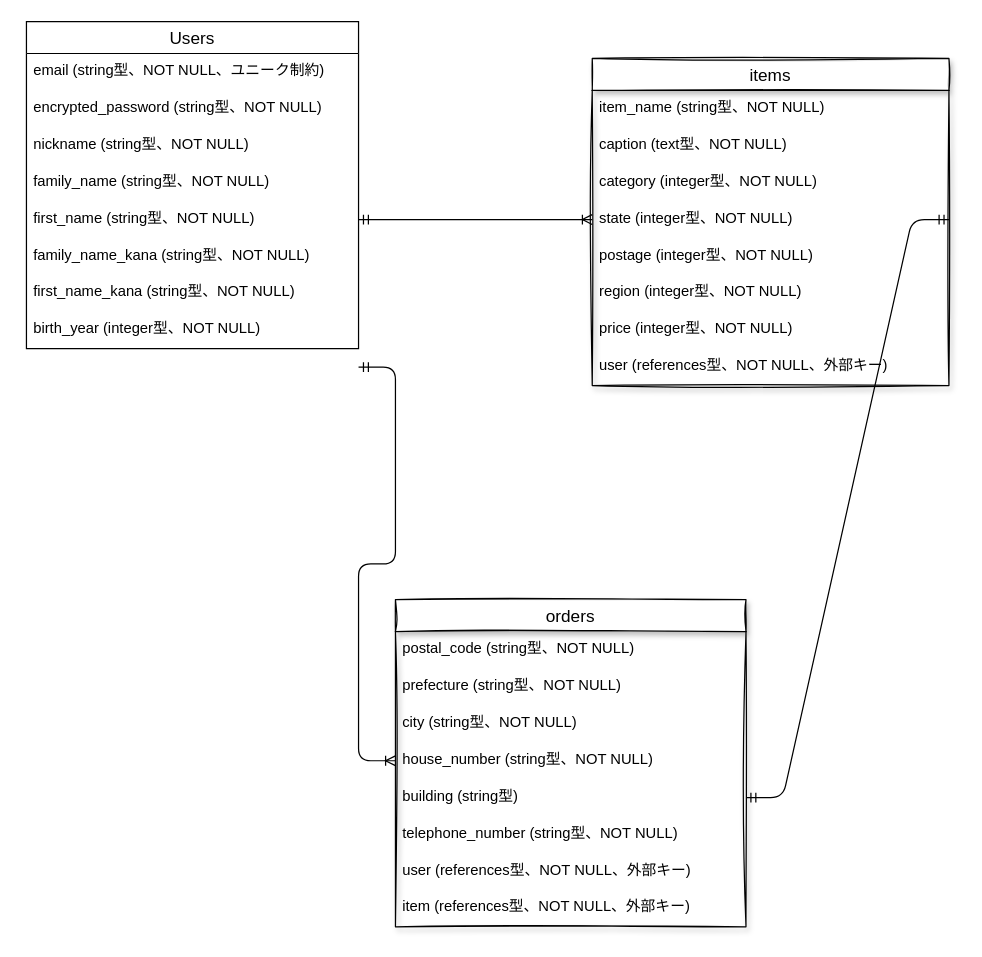
Before: er.dio in haruna-katuki/furima-39338, a draw.io diagram. Source tidied: cells renumbered, new cells numbered last; positions are measured from the earlier drawing's top-left corner, leaving out a move shared by most shapes. Both pictures are drawn from the tidied source at 123%, with x=0, y=0 at pixel (26, 21).
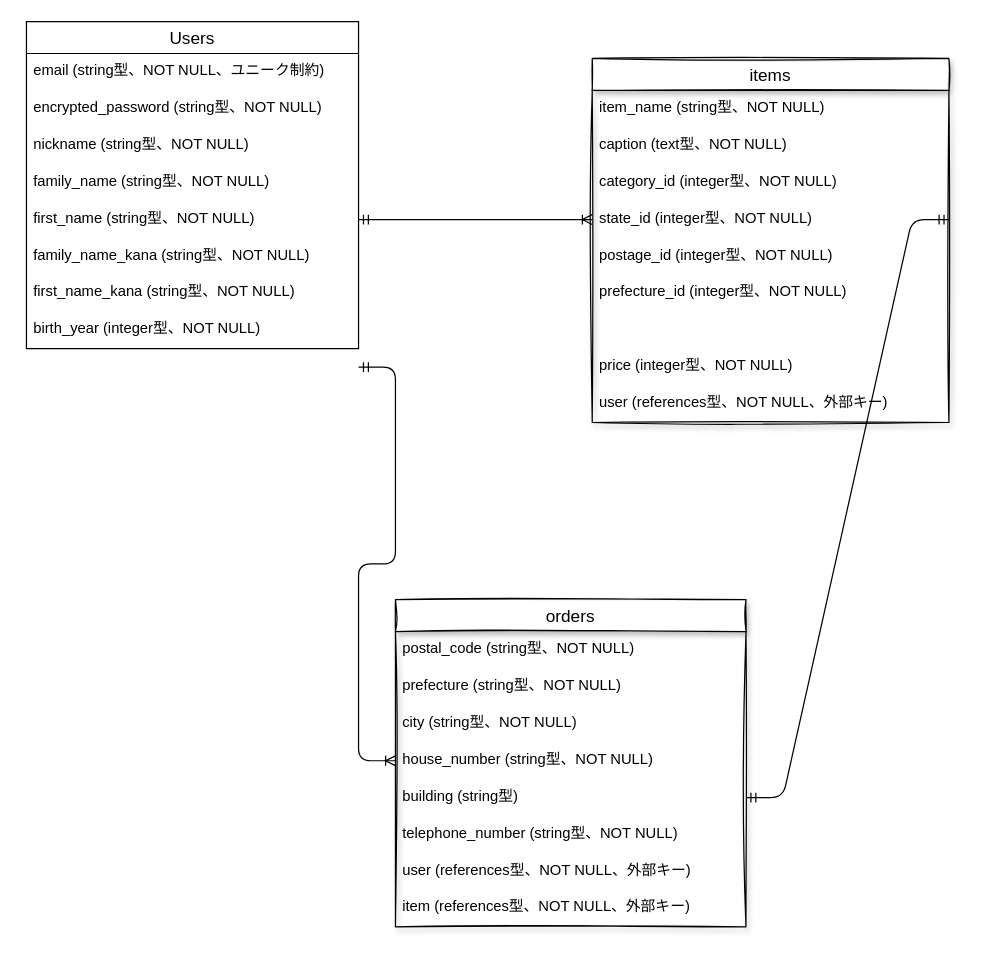
The same page after the edit.

Commit message (it also covers changes not shown here):
itemsテーブルの修正、addressesテーブルに改称

The edit, as a diff of the source:
```diff
@@
     <mxCell id="11" value="items" style="swimlane;fontStyle=0;horizontal=1;startSize=26;align=center;fontSize=14;shadow=1;sketch=1;" parent="1" vertex="1">
-      <mxGeometry x="460" y="30" width="290" height="266" as="geometry" />
+      <mxGeometry x="460" y="30" width="290" height="296" as="geometry" />
     </mxCell>
@@
-    <mxCell id="14" value="category (integer型、NOT NULL)" style="text;strokeColor=none;fillColor=none;spacingLeft=4;spacingRight=4;overflow=hidden;fontSize=12;shadow=1;sketch=1;" parent="11" vertex="1">
+    <mxCell id="14" value="category_id (integer型、NOT NULL)" style="text;strokeColor=none;fillColor=none;spacingLeft=4;spacingRight=4;overflow=hidden;fontSize=12;shadow=1;sketch=1;" parent="11" vertex="1">
       <mxGeometry y="86" width="290" height="30" as="geometry" />
     </mxCell>
-    <mxCell id="15" value="state (integer型、NOT NULL)" style="text;strokeColor=none;fillColor=none;spacingLeft=4;spacingRight=4;overflow=hidden;points=[[0,0.5],[1,0.5]];portConstraint=eastwest;fontSize=12;shadow=1;sketch=1;" parent="11" vertex="1">
+    <mxCell id="15" value="state_id (integer型、NOT NULL)" style="text;strokeColor=none;fillColor=none;spacingLeft=4;spacingRight=4;overflow=hidden;points=[[0,0.5],[1,0.5]];portConstraint=eastwest;fontSize=12;shadow=1;sketch=1;" parent="11" vertex="1">
       <mxGeometry y="116" width="290" height="30" as="geometry" />
     </mxCell>
-    <mxCell id="16" value="postage (integer型、NOT NULL)" style="text;strokeColor=none;fillColor=none;spacingLeft=4;spacingRight=4;overflow=hidden;fontSize=12;shadow=1;sketch=1;" parent="11" vertex="1">
+    <mxCell id="16" value="postage_id (integer型、NOT NULL)" style="text;strokeColor=none;fillColor=none;spacingLeft=4;spacingRight=4;overflow=hidden;fontSize=12;shadow=1;sketch=1;" parent="11" vertex="1">
       <mxGeometry y="146" width="290" height="30" as="geometry" />
     </mxCell>
-    <mxCell id="17" value="region (integer型、NOT NULL)" style="text;strokeColor=none;fillColor=none;spacingLeft=4;spacingRight=4;overflow=hidden;fontSize=12;shadow=1;sketch=1;" parent="11" vertex="1">
+    <mxCell id="17" value="prefecture_id (integer型、NOT NULL)" style="text;strokeColor=none;fillColor=none;spacingLeft=4;spacingRight=4;overflow=hidden;fontSize=12;shadow=1;sketch=1;" parent="11" vertex="1">
       <mxGeometry y="176" width="290" height="30" as="geometry" />
     </mxCell>
+    <mxCell id="32" style="text;strokeColor=none;fillColor=none;spacingLeft=4;spacingRight=4;overflow=hidden;fontSize=12;shadow=1;sketch=1;" parent="11" vertex="1">
+      <mxGeometry y="206" width="290" height="30" as="geometry" />
+    </mxCell>
     <mxCell id="18" value="price (integer型、NOT NULL)" style="text;strokeColor=none;fillColor=none;spacingLeft=4;spacingRight=4;overflow=hidden;fontSize=12;shadow=1;sketch=1;" parent="11" vertex="1">
-      <mxGeometry y="206" width="290" height="30" as="geometry" />
+      <mxGeometry y="236" width="290" height="30" as="geometry" />
     </mxCell>
     <mxCell id="19" value="user (references型、NOT NULL、外部キー)" style="text;strokeColor=none;fillColor=none;spacingLeft=4;spacingRight=4;overflow=hidden;fontSize=12;shadow=1;sketch=1;" parent="11" vertex="1">
-      <mxGeometry y="236" width="290" height="30" as="geometry" />
+      <mxGeometry y="266" width="290" height="30" as="geometry" />
     </mxCell>
```
